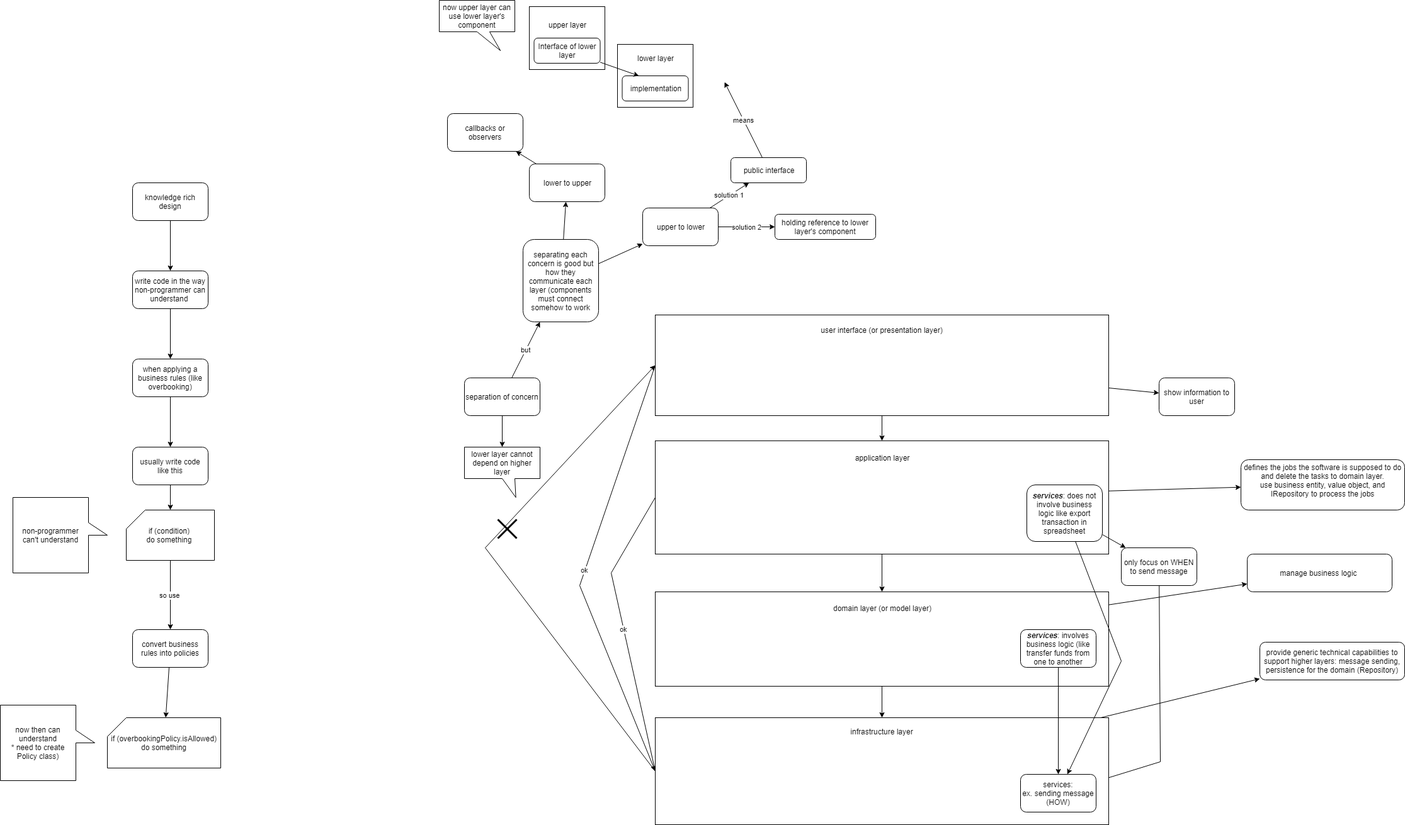
The draw.io diagram ddd_basic.png in stsiwo/ddd_concept, before a commit. Source tidied: cells renumbered, new cells last; positions are measured from the earlier drawing's top-left corner, leaving out a move shared by most shapes.
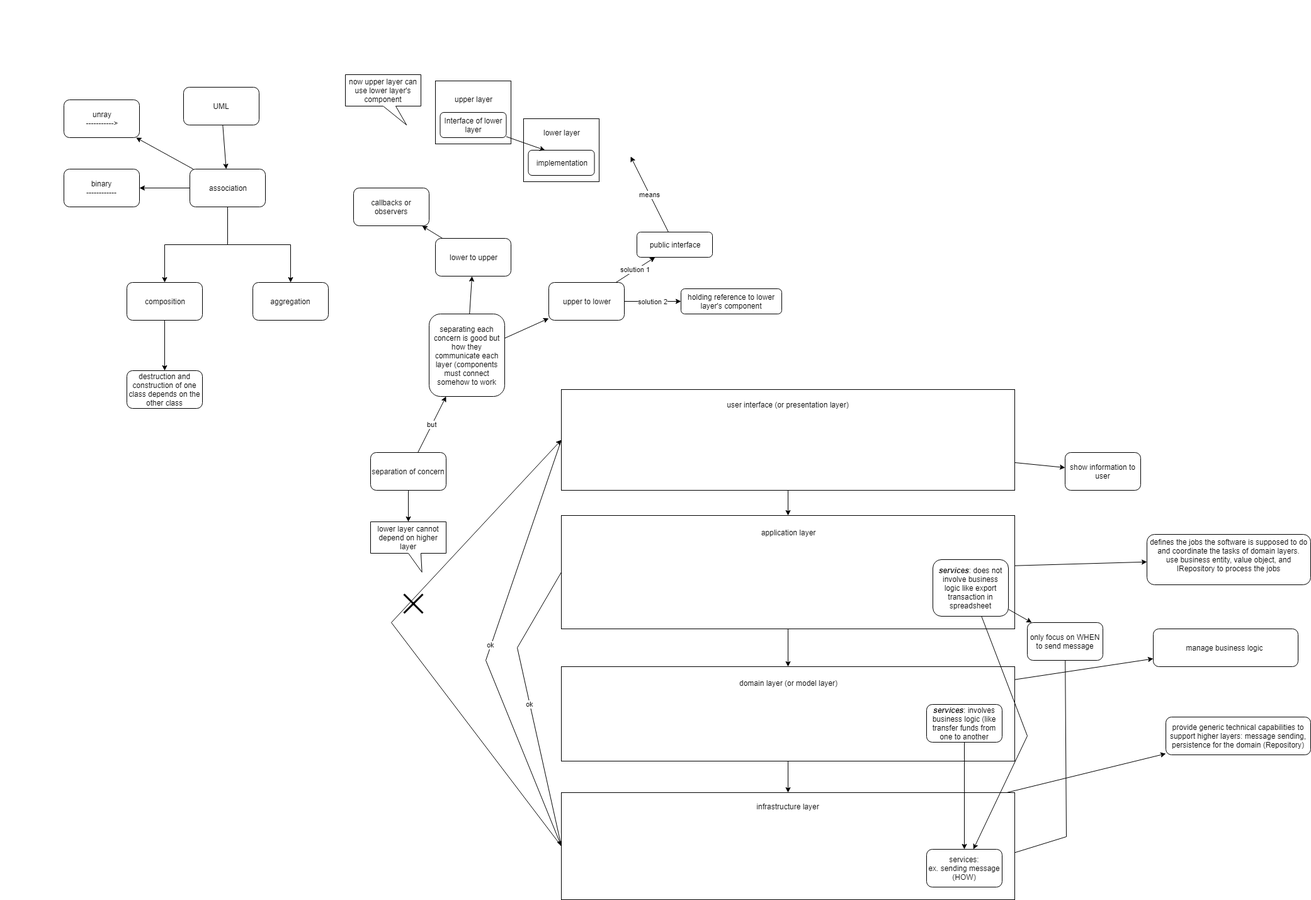
The same diagram one commit later.

Change to the diagram source:
```diff
@@ -2,51 +2,6 @@
   <root>
     <mxCell id="0" />
     <mxCell id="1" parent="0" />
-    <mxCell id="2" style="edgeStyle=orthogonalEdgeStyle;rounded=0;html=1;jettySize=auto;" parent="1" edge="1" source="3" target="5">
-      <mxGeometry relative="1" as="geometry" />
-    </mxCell>
-    <mxCell id="3" value="knowledge rich design" style="rounded=1;whiteSpace=wrap;html=1;" parent="1" vertex="1">
-      <mxGeometry x="210" y="290" width="120" height="60" as="geometry" />
-    </mxCell>
-    <mxCell id="4" style="edgeStyle=orthogonalEdgeStyle;rounded=0;html=1;jettySize=auto;" parent="1" edge="1" source="5" target="7">
-      <mxGeometry relative="1" as="geometry" />
-    </mxCell>
-    <mxCell id="5" value="write code in the way non-programmer can understand&amp;nbsp;" style="rounded=1;whiteSpace=wrap;html=1;" parent="1" vertex="1">
-      <mxGeometry x="210" y="430" width="120" height="60" as="geometry" />
-    </mxCell>
-    <mxCell id="6" style="edgeStyle=orthogonalEdgeStyle;rounded=0;html=1;jettySize=auto;" parent="1" edge="1" source="7" target="9">
-      <mxGeometry relative="1" as="geometry" />
-    </mxCell>
-    <mxCell id="7" value="when applying a business rules (like overbooking)" style="rounded=1;whiteSpace=wrap;html=1;" parent="1" vertex="1">
-      <mxGeometry x="210" y="570" width="120" height="60" as="geometry" />
-    </mxCell>
-    <mxCell id="8" style="edgeStyle=orthogonalEdgeStyle;rounded=0;html=1;jettySize=auto;" parent="1" edge="1" source="9" target="11">
-      <mxGeometry relative="1" as="geometry" />
-    </mxCell>
-    <mxCell id="9" value="usually write code like this" style="rounded=1;whiteSpace=wrap;html=1;" parent="1" vertex="1">
-      <mxGeometry x="210" y="710" width="120" height="60" as="geometry" />
-    </mxCell>
-    <mxCell id="10" value="so use&amp;nbsp;" style="edgeStyle=orthogonalEdgeStyle;rounded=0;html=1;jettySize=auto;" parent="1" edge="1" source="11" target="14">
-      <mxGeometry relative="1" as="geometry" />
-    </mxCell>
-    <mxCell id="11" value="if (condition)&amp;nbsp;&lt;br&gt;do something&amp;nbsp;&lt;br&gt;" style="shape=card;whiteSpace=wrap;html=1;" parent="1" vertex="1">
-      <mxGeometry x="200" y="810" width="140" height="80" as="geometry" />
-    </mxCell>
-    <mxCell id="12" value="non-programmer can't understand" style="shape=callout;whiteSpace=wrap;html=1;perimeter=calloutPerimeter;direction=north;" parent="1" vertex="1">
-      <mxGeometry x="20" y="790" width="150" height="120" as="geometry" />
-    </mxCell>
-    <mxCell id="13" style="rounded=0;html=1;jettySize=auto;" parent="1" edge="1" source="14" target="15">
-      <mxGeometry relative="1" as="geometry" />
-    </mxCell>
-    <mxCell id="14" value="convert business rules into policies" style="rounded=1;whiteSpace=wrap;html=1;" parent="1" vertex="1">
-      <mxGeometry x="210" y="1000" width="120" height="60" as="geometry" />
-    </mxCell>
-    <mxCell id="15" value="if (overbookingPolicy.isAllowed)&lt;br&gt;do something&lt;br&gt;" style="shape=card;whiteSpace=wrap;html=1;" parent="1" vertex="1">
-      <mxGeometry x="170" y="1140" width="180" height="80" as="geometry" />
-    </mxCell>
-    <mxCell id="16" value="now then can understand&lt;br&gt;* need to create Policy class)&lt;br&gt;" style="shape=callout;whiteSpace=wrap;html=1;perimeter=calloutPerimeter;direction=north;" parent="1" vertex="1">
-      <mxGeometry y="1120" width="150" height="120" as="geometry" />
-    </mxCell>
     <mxCell id="17" value="&amp;nbsp; &amp;nbsp; &amp;nbsp;&amp;nbsp;" style="text;html=1;align=left;verticalAlign=top;spacingTop=-4;" parent="1" vertex="1">
       <mxGeometry x="737" y="441" width="40" height="20" as="geometry" />
     </mxCell>
@@ -114,7 +69,7 @@
     <mxCell id="33" value="show information to user" style="rounded=1;whiteSpace=wrap;html=1;" parent="1" vertex="1">
       <mxGeometry x="1840" y="600" width="120" height="60" as="geometry" />
     </mxCell>
-    <mxCell id="34" value="defines the jobs the software is supposed to do and delete the tasks to domain layer.&lt;br&gt;use business entity, value object, and IRepository to process the jobs&lt;br&gt;&lt;br&gt;" style="rounded=1;whiteSpace=wrap;html=1;" parent="1" vertex="1">
+    <mxCell id="34" value="defines the jobs the software is supposed to do and coordinate the tasks of domain layers.&lt;br&gt;use business entity, value object, and IRepository to process the jobs&lt;br&gt;&lt;br&gt;" style="rounded=1;whiteSpace=wrap;html=1;" parent="1" vertex="1">
       <mxGeometry x="1970" y="730" width="260" height="80" as="geometry" />
     </mxCell>
     <mxCell id="35" value="manage business logic&amp;nbsp;" style="rounded=1;whiteSpace=wrap;html=1;" parent="1" vertex="1">
@@ -219,5 +174,47 @@
     <mxCell id="66" value="&lt;b&gt;&lt;i&gt;services&lt;/i&gt;&lt;/b&gt;: does not involve business logic like export transaction in spreadsheet" style="rounded=1;whiteSpace=wrap;html=1;" parent="1" vertex="1">
       <mxGeometry x="1630" y="770" width="120" height="90" as="geometry" />
     </mxCell>
+    <mxCell id="67" style="rounded=0;html=1;jettySize=auto;" parent="1" edge="1" source="68" target="73">
+      <mxGeometry relative="1" as="geometry" />
+    </mxCell>
+    <mxCell id="68" value="UML" style="rounded=1;whiteSpace=wrap;html=1;" parent="1" vertex="1">
+      <mxGeometry x="440" y="20" width="120" height="60" as="geometry" />
+    </mxCell>
+    <mxCell id="69" style="edgeStyle=orthogonalEdgeStyle;rounded=0;html=1;jettySize=auto;" parent="1" edge="1" source="73" target="78">
+      <mxGeometry relative="1" as="geometry" />
+    </mxCell>
+    <mxCell id="70" style="edgeStyle=orthogonalEdgeStyle;rounded=0;html=1;jettySize=auto;" parent="1" edge="1" source="73" target="76">
+      <mxGeometry relative="1" as="geometry" />
+    </mxCell>
+    <mxCell id="71" style="edgeStyle=none;rounded=0;html=1;jettySize=auto;" parent="1" edge="1" source="73" target="75">
+      <mxGeometry relative="1" as="geometry" />
+    </mxCell>
+    <mxCell id="72" style="edgeStyle=none;rounded=0;html=1;jettySize=auto;" parent="1" edge="1" source="73" target="74">
+      <mxGeometry relative="1" as="geometry" />
+    </mxCell>
+    <mxCell id="73" value="association" style="rounded=1;whiteSpace=wrap;html=1;" parent="1" vertex="1">
+      <mxGeometry x="450" y="150" width="120" height="60" as="geometry" />
+    </mxCell>
+    <mxCell id="74" value="unray&lt;br&gt;-----------&amp;gt;&lt;br&gt;" style="rounded=1;whiteSpace=wrap;html=1;" parent="1" vertex="1">
+      <mxGeometry x="250" y="40" width="120" height="60" as="geometry" />
+    </mxCell>
+    <mxCell id="75" value="binary&lt;br&gt;------------&lt;br&gt;" style="rounded=1;whiteSpace=wrap;html=1;" parent="1" vertex="1">
+      <mxGeometry x="250" y="150" width="120" height="60" as="geometry" />
+    </mxCell>
+    <mxCell id="76" value="aggregation" style="rounded=1;whiteSpace=wrap;html=1;" parent="1" vertex="1">
+      <mxGeometry x="550" y="330" width="120" height="60" as="geometry" />
+    </mxCell>
+    <mxCell id="77" style="edgeStyle=none;rounded=0;html=1;jettySize=auto;" parent="1" edge="1" source="78" target="79">
+      <mxGeometry relative="1" as="geometry" />
+    </mxCell>
+    <mxCell id="78" value="composition" style="rounded=1;whiteSpace=wrap;html=1;" parent="1" vertex="1">
+      <mxGeometry x="350" y="330" width="120" height="60" as="geometry" />
+    </mxCell>
+    <mxCell id="79" value="destruction and construction of one class depends on the other class" style="rounded=1;whiteSpace=wrap;html=1;" parent="1" vertex="1">
+      <mxGeometry x="350" y="470" width="120" height="60" as="geometry" />
+    </mxCell>
+    <mxCell id="80" value="&amp;nbsp; &amp;nbsp; &amp;nbsp; &amp;nbsp;&amp;nbsp;" style="text;html=1;align=left;verticalAlign=top;spacingTop=-4;" parent="1" vertex="1">
+      <mxGeometry x="149" y="-118" width="40" height="20" as="geometry" />
+    </mxCell>
   </root>
 </mxGraphModel>
```
